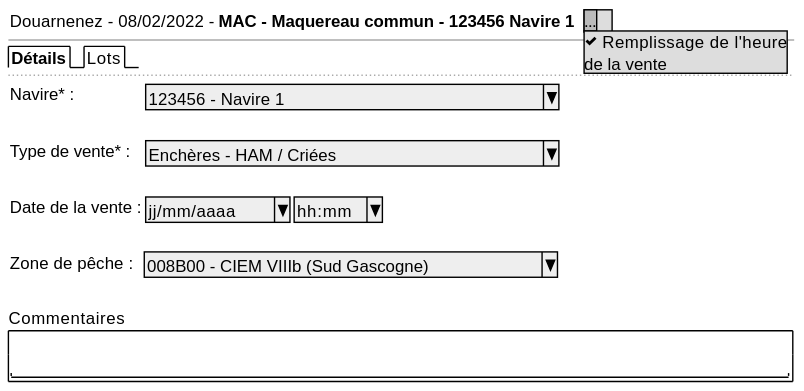
The PlantUML diagram projects/obsvente/spe/images/sale-details.svg in sumaris-net/sumaris-doc, before a commit. Its source is kept beside it as projects/obsvente/spe/images/sale-details.puml.
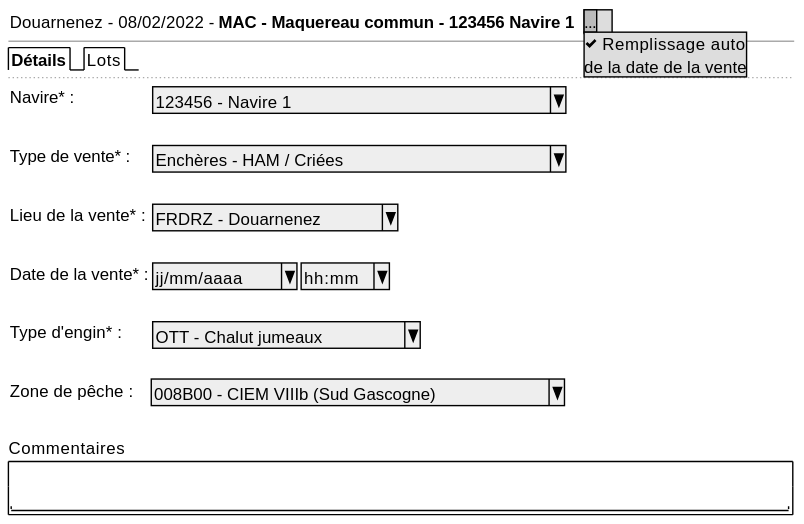
The same diagram one commit later.

What changed in the source:
```diff
@@ -1,7 +1,7 @@
 @startsalt
 {
   { Douarnenez - 08/02/2022 - <b>MAC - Maquereau commun - 123456 Navire 1  | . |   {* ...
-                                                                                   ... | <&check> Remplissage de l'heure | de la vente }
+                                                                                   ... | <&check> Remplissage auto | de la date de la vente }
                                                                                                                                                                                                                           }
   --
   {/  <b>Détails | Lots }
@@ -12,7 +12,11 @@
       .
       Type de vente* :    | { ^Enchères - HAM / Criées            ^ }
       .
-      Date de la vente :   |  { ^ jj/mm/aaaa^  |  ^ hh:mm^ }
+      Lieu de la vente* :   |  { ^ FRDRZ - Douarnenez ^ }
+      .
+      Date de la vente* :   |  { ^ jj/mm/aaaa^  |  ^ hh:mm^ }
+      .
+      Type d'engin* : | { ^ OTT - Chalut jumeaux ^ }
       .
       Zone de pêche :            | ^ 008B00 - CIEM VIIIb (Sud Gascogne)^
       .
```
